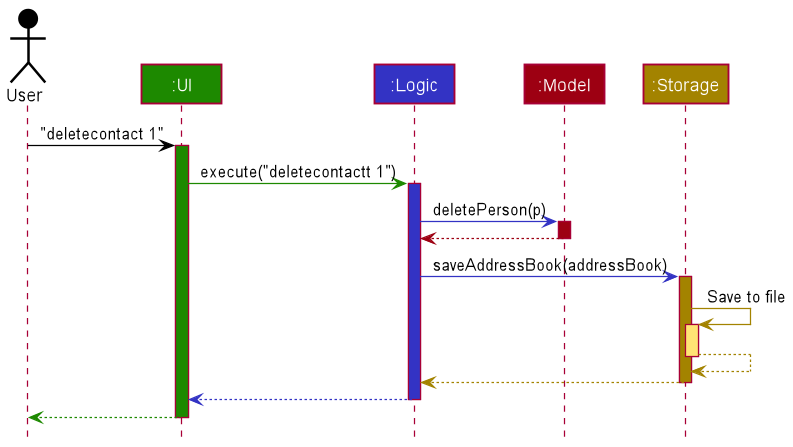
This is docs/images/ArchitectureSequenceDiagram.png from ramapriyan912001/tp, a PlantUML export, as it was before one commit. The source it was exported from:
```plantuml
@startuml
!include style.puml

Actor User as user USER_COLOR
Participant ":UI" as ui UI_COLOR
Participant ":Logic" as logic LOGIC_COLOR
Participant ":Model" as model MODEL_COLOR
Participant ":Storage" as storage STORAGE_COLOR

user -[USER_COLOR]> ui : "deletecontact 1"
activate ui UI_COLOR

ui -[UI_COLOR]> logic : execute("deletecontactt 1")
activate logic LOGIC_COLOR

logic -[LOGIC_COLOR]> model : deletePerson(p)
activate model MODEL_COLOR

model -[MODEL_COLOR]-> logic
deactivate model

logic -[LOGIC_COLOR]> storage : saveAddressBook(addressBook)
activate storage STORAGE_COLOR

storage -[STORAGE_COLOR]> storage : Save to file
activate storage STORAGE_COLOR_T1
storage --[STORAGE_COLOR]> storage
deactivate storage

storage --[STORAGE_COLOR]> logic
deactivate storage

logic --[LOGIC_COLOR]> ui
deactivate logic

ui--[UI_COLOR]> user
deactivate ui
@enduml
```
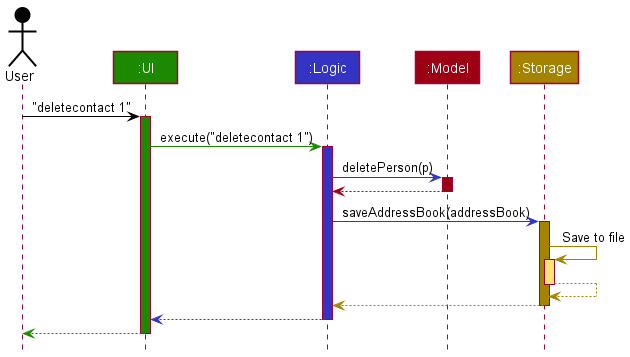
The same diagram one commit later.

Commit message:
Update diagram with typo

Diff of the diagram source:
```diff
@@ -10,7 +10,7 @@
 user -[USER_COLOR]> ui : "deletecontact 1"
 activate ui UI_COLOR
 
-ui -[UI_COLOR]> logic : execute("deletecontactt 1")
+ui -[UI_COLOR]> logic : execute("deletecontact 1")
 activate logic LOGIC_COLOR
 
 logic -[LOGIC_COLOR]> model : deletePerson(p)
```
